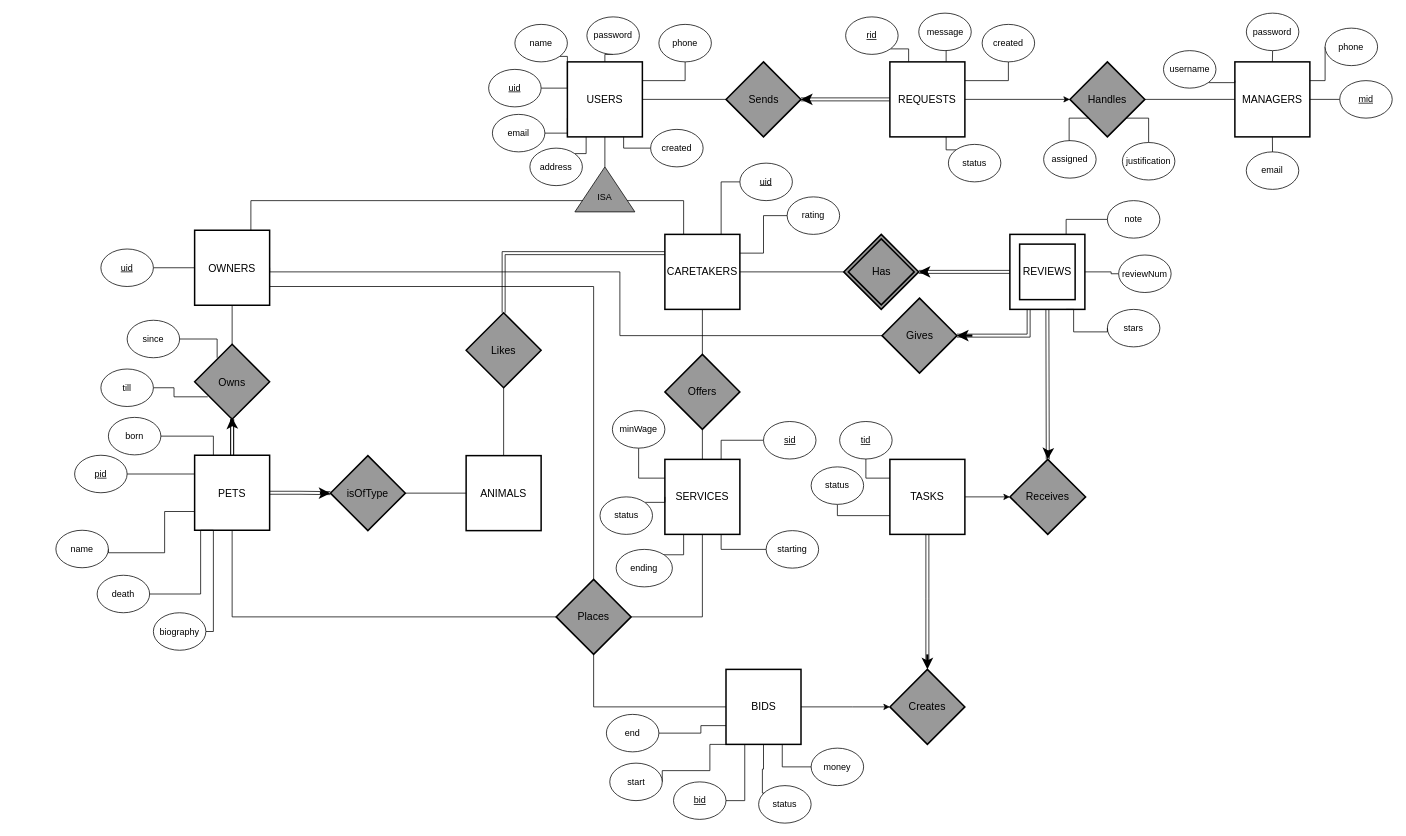
cs2102team60petcare/server keeps this draw.io diagram as database/PetCaretaker_ERModel.drawio. Above is the earlier version. Source tidied: cells renumbered, new cells numbered last; positions are measured from the earlier drawing's top-left corner, leaving out a move shared by most shapes. Both pictures are drawn from the tidied source at 75%, with x=0, y=0 at pixel (56, 13).
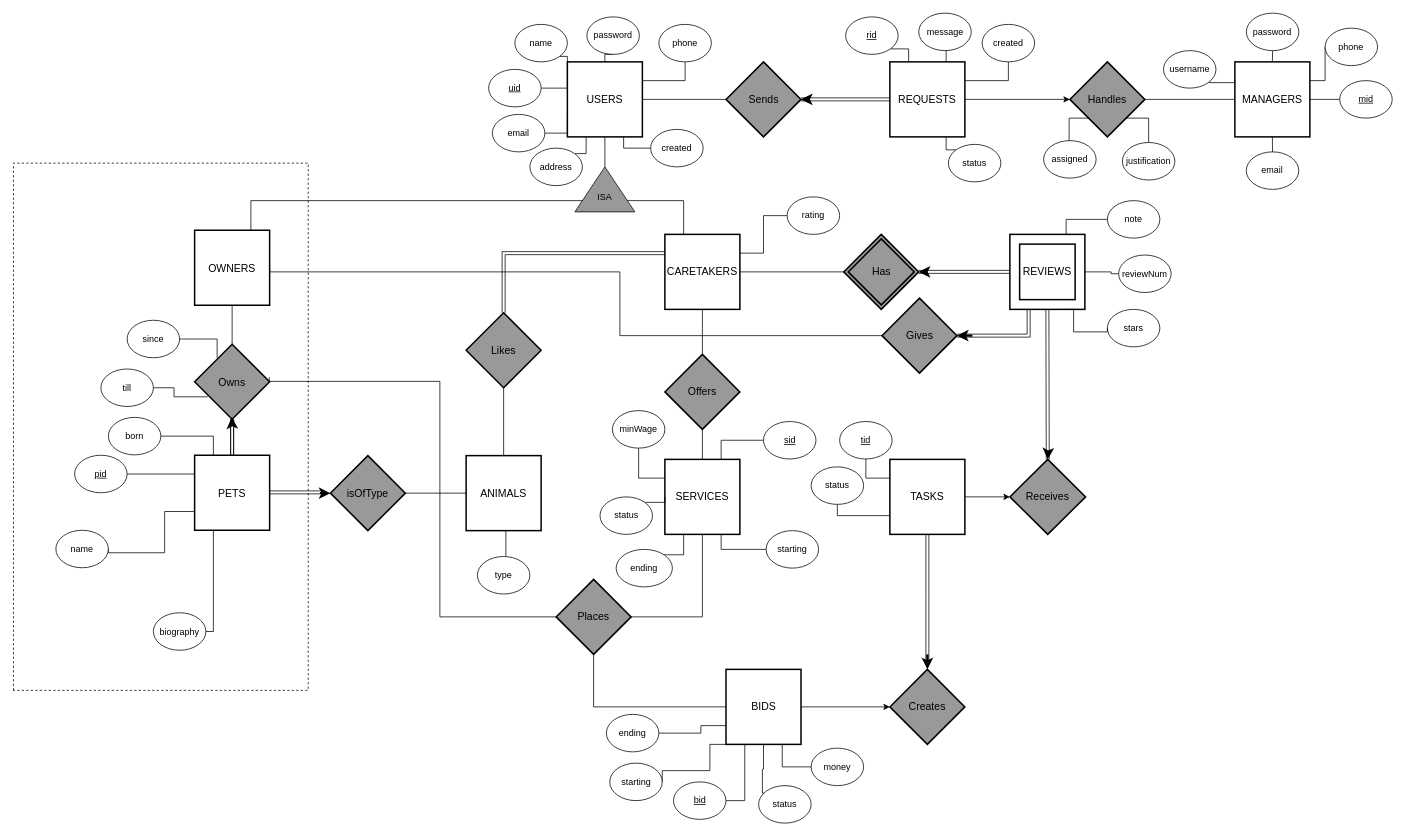
The same page after the edit.

Unchanged cells that the change refers to:
```xml
<mxCell id="12" value="CARETAKERS" style="strokeWidth=2;whiteSpace=wrap;html=1;align=center;fontSize=14;shadow=0;" parent="1" vertex="1">
  <mxGeometry x="812" y="295" width="100" height="100" as="geometry" />
</mxCell>
<mxCell id="17" value="OWNERS" style="strokeWidth=2;whiteSpace=wrap;html=1;align=center;fontSize=14;shadow=0;" parent="1" vertex="1">
  <mxGeometry x="185" y="289.5" width="100" height="100" as="geometry" />
</mxCell>
<mxCell id="23" value="PETS" style="strokeWidth=2;whiteSpace=wrap;html=1;align=center;fontSize=14;shadow=0;" parent="1" vertex="1">
  <mxGeometry x="185" y="589.5" width="100" height="100" as="geometry" />
</mxCell>
<mxCell id="45" value="Places" style="shape=rhombus;strokeWidth=2;fontSize=17;perimeter=rhombusPerimeter;whiteSpace=wrap;html=1;align=center;fontSize=14;shadow=0;fillColor=#999999;" parent="1" vertex="1">
  <mxGeometry x="667" y="755" width="100" height="100" as="geometry" />
</mxCell>
<mxCell id="142" value="ANIMALS" style="strokeWidth=2;whiteSpace=wrap;html=1;align=center;fontSize=14;shadow=0;" parent="1" vertex="1">
  <mxGeometry x="547" y="590" width="100" height="100" as="geometry" />
</mxCell>
<mxCell id="144" value="isOfType" style="shape=rhombus;strokeWidth=2;fontSize=17;perimeter=rhombusPerimeter;whiteSpace=wrap;html=1;align=center;fontSize=14;shadow=0;fillColor=#999999;" parent="1" vertex="1">
  <mxGeometry x="366" y="590" width="100" height="100" as="geometry" />
</mxCell>
```

Diff of the diagram source:
```diff
@@
-    <mxCell id="14" style="edgeStyle=orthogonalEdgeStyle;rounded=0;comic=0;jettySize=auto;html=1;exitX=1;exitY=0.75;exitDx=0;exitDy=0;entryX=0.5;entryY=0;entryDx=0;entryDy=0;endArrow=none;endFill=0;" parent="1" edge="1" source="17" target="45">
-      <mxGeometry relative="1" as="geometry" />
-    </mxCell>
@@
-    <mxCell id="19" style="edgeStyle=orthogonalEdgeStyle;rounded=0;comic=0;jettySize=auto;html=1;exitX=0.5;exitY=1;exitDx=0;exitDy=0;entryX=0;entryY=0.5;entryDx=0;entryDy=0;endArrow=none;endFill=0;" parent="1" edge="1" source="23" target="45">
-      <mxGeometry relative="1" as="geometry" />
-    </mxCell>
@@
-    <mxCell id="22" style="edgeStyle=orthogonalEdgeStyle;rounded=0;jettySize=auto;html=1;exitX=1;exitY=0.5;exitDx=0;exitDy=0;entryX=0;entryY=0.5;entryDx=0;entryDy=0;endArrow=none;endFill=0;shape=link;" parent="1" edge="1" source="23" target="144">
-      <mxGeometry relative="1" as="geometry" />
-    </mxCell>
@@
-    <mxCell id="79" style="edgeStyle=orthogonalEdgeStyle;rounded=0;comic=0;jettySize=auto;html=1;exitX=1;exitY=0.5;exitDx=0;exitDy=0;entryX=0;entryY=0.5;entryDx=0;entryDy=0;endArrow=none;endFill=0;" parent="1" edge="1" source="80" target="17">
-      <mxGeometry relative="1" as="geometry" />
-    </mxCell>
-    <mxCell id="80" value="&lt;u&gt;uid&lt;/u&gt;" style="ellipse;whiteSpace=wrap;html=1;shadow=0;" parent="1" vertex="1">
-      <mxGeometry x="60" y="314.5" width="70" height="50" as="geometry" />
-    </mxCell>
-    <mxCell id="81" style="edgeStyle=orthogonalEdgeStyle;rounded=0;comic=0;jettySize=auto;html=1;exitX=0;exitY=0.5;exitDx=0;exitDy=0;entryX=0.75;entryY=0;entryDx=0;entryDy=0;endArrow=none;endFill=0;" parent="1" edge="1" source="82" target="12">
-      <mxGeometry relative="1" as="geometry">
-        <Array as="points">
-          <mxPoint x="887" y="225" />
-        </Array>
-      </mxGeometry>
-    </mxCell>
-    <mxCell id="82" value="&lt;u&gt;uid&lt;/u&gt;" style="ellipse;whiteSpace=wrap;html=1;shadow=0;" parent="1" vertex="1">
-      <mxGeometry x="912" y="200" width="70" height="50" as="geometry" />
-    </mxCell>
@@
-    <mxCell id="137" value="death" style="ellipse;whiteSpace=wrap;html=1;shadow=0;" parent="1" vertex="1">
-      <mxGeometry x="55" y="749.5" width="70" height="50" as="geometry" />
-    </mxCell>
-    <mxCell id="138" style="edgeStyle=orthogonalEdgeStyle;rounded=0;comic=0;jettySize=auto;html=1;exitX=1;exitY=0.5;exitDx=0;exitDy=0;entryX=0.25;entryY=1;entryDx=0;entryDy=0;endArrow=none;endFill=0;" parent="1" edge="1" source="137" target="23">
-      <mxGeometry relative="1" as="geometry">
-        <Array as="points">
-          <mxPoint x="193" y="774.5" />
-          <mxPoint x="193" y="689.5" />
-        </Array>
-      </mxGeometry>
-    </mxCell>
-    <mxCell id="139" value="start" style="ellipse;whiteSpace=wrap;html=1;shadow=0;" parent="1" vertex="1">
+    <mxCell id="139" value="starting" style="ellipse;whiteSpace=wrap;html=1;shadow=0;" parent="1" vertex="1">
       <mxGeometry x="738.5" y="1000" width="70" height="50" as="geometry" />
     </mxCell>
@@
-    <mxCell id="141" value="end" style="ellipse;whiteSpace=wrap;html=1;shadow=0;" parent="1" vertex="1">
+    <mxCell id="141" value="ending" style="ellipse;whiteSpace=wrap;html=1;shadow=0;" parent="1" vertex="1">
       <mxGeometry x="734" y="935" width="70" height="50" as="geometry" />
     </mxCell>
@@
+    <mxCell id="148" value="type" style="ellipse;whiteSpace=wrap;html=1;shadow=0;" parent="1" vertex="1">
+      <mxGeometry x="562" y="724.5" width="70" height="50" as="geometry" />
+    </mxCell>
+    <mxCell id="149" style="edgeStyle=orthogonalEdgeStyle;rounded=0;comic=0;jettySize=auto;html=1;endArrow=none;endFill=0;exitX=0.5;exitY=1;exitDx=0;exitDy=0;" parent="1" edge="1" source="142">
+      <mxGeometry relative="1" as="geometry">
+        <mxPoint x="600" y="724" as="targetPoint" />
+      </mxGeometry>
+    </mxCell>
+    <mxCell id="150" style="whiteSpace=wrap;html=1;dashed=1;fillColor=none;rotation=-180;direction=south;" parent="1" vertex="1">
+      <mxGeometry x="-56.5" y="200" width="393" height="703" as="geometry" />
+    </mxCell>
+    <mxCell id="151" style="edgeStyle=orthogonalEdgeStyle;rounded=0;comic=0;jettySize=auto;html=1;exitX=1;exitY=0.5;exitDx=0;exitDy=0;endArrow=none;endFill=0;entryX=0;entryY=0.5;entryDx=0;entryDy=0;" parent="1" edge="1" target="45">
+      <mxGeometry relative="1" as="geometry">
+        <mxPoint x="284.5" y="485.5" as="sourcePoint" />
+        <Array as="points">
+          <mxPoint x="284" y="491" />
+          <mxPoint x="512" y="491" />
+          <mxPoint x="512" y="805" />
+        </Array>
+      </mxGeometry>
+    </mxCell>
+    <mxCell id="152" style="edgeStyle=orthogonalEdgeStyle;shape=link;rounded=0;comic=0;orthogonalLoop=1;jettySize=auto;html=1;endArrow=block;endFill=0;" parent="1" edge="1">
+      <mxGeometry relative="1" as="geometry">
+        <mxPoint x="352" y="639" as="sourcePoint" />
+        <mxPoint x="285" y="639" as="targetPoint" />
+      </mxGeometry>
+    </mxCell>
```
